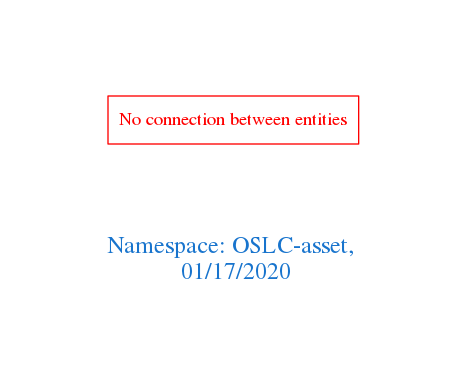
Earlier version of the Graphviz export downloads/OSLC-asset.png (arago/OGIT). Its source is kept beside it as downloads/OSLC-asset.dot. Source of this version:
```dot
digraph OGIT_ontology {
 graph [ rankdir= LR,pad=1
fontsize = 18,
fontcolor= dodgerblue3,label = "\n\n\nNamespace: OSLC-asset, \n 01/17/2020"];
node[shape=polygon];
edge [  color="gray81"];

"No connection between entities" [fontcolor = "red",color="red", shape="polygon"]
}
```
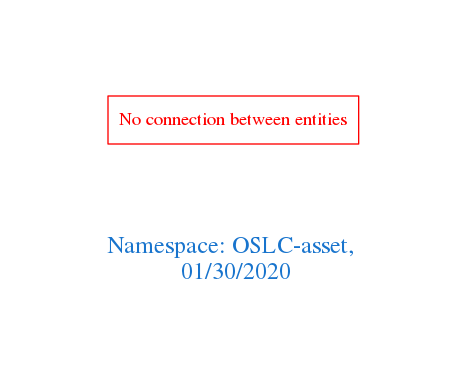
The same file after the commit.

Change to the diagram source:
```diff
@@ -1,7 +1,7 @@
 digraph OGIT_ontology {
  graph [ rankdir= LR,pad=1
 fontsize = 18,
-fontcolor= dodgerblue3,label = "\n\n\nNamespace: OSLC-asset, \n 01/17/2020"];
+fontcolor= dodgerblue3,label = "\n\n\nNamespace: OSLC-asset, \n 01/30/2020"];
 node[shape=polygon];
 edge [  color="gray81"];
 
```
